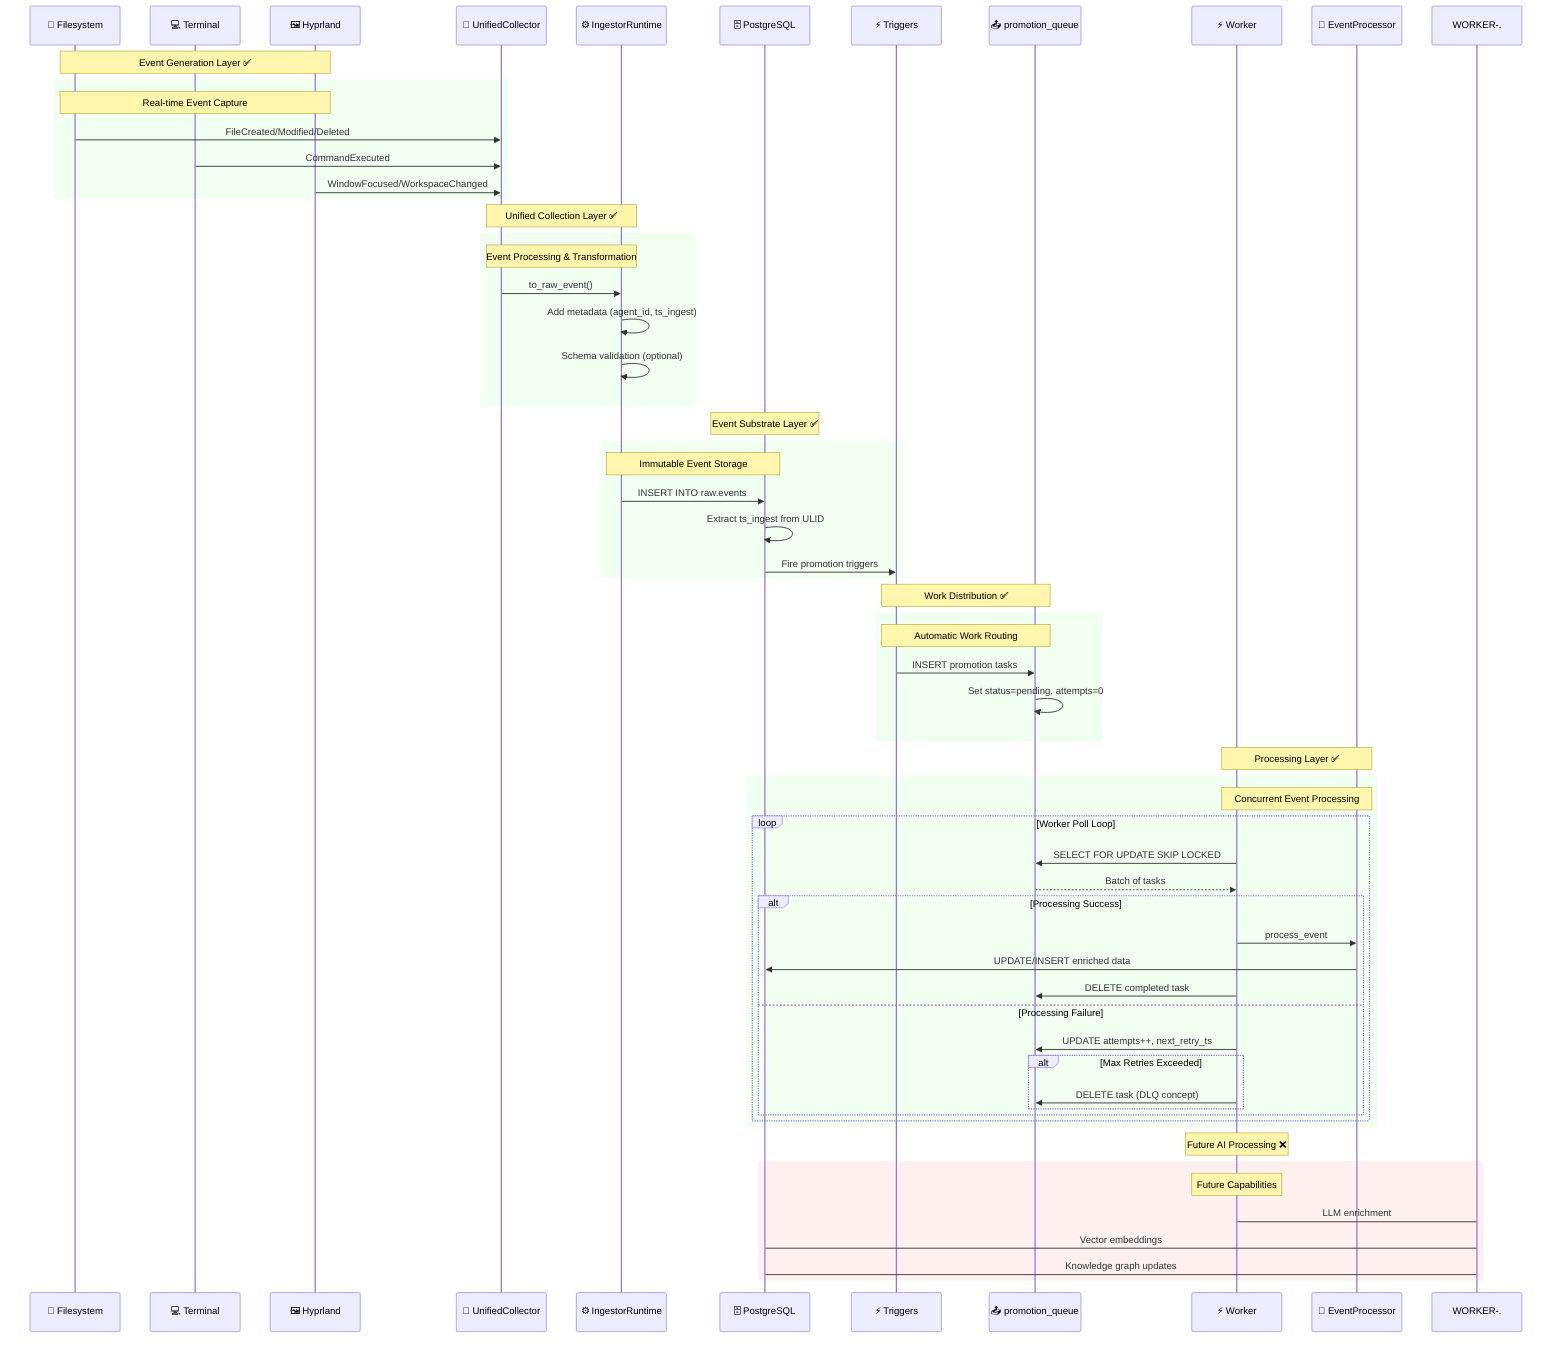
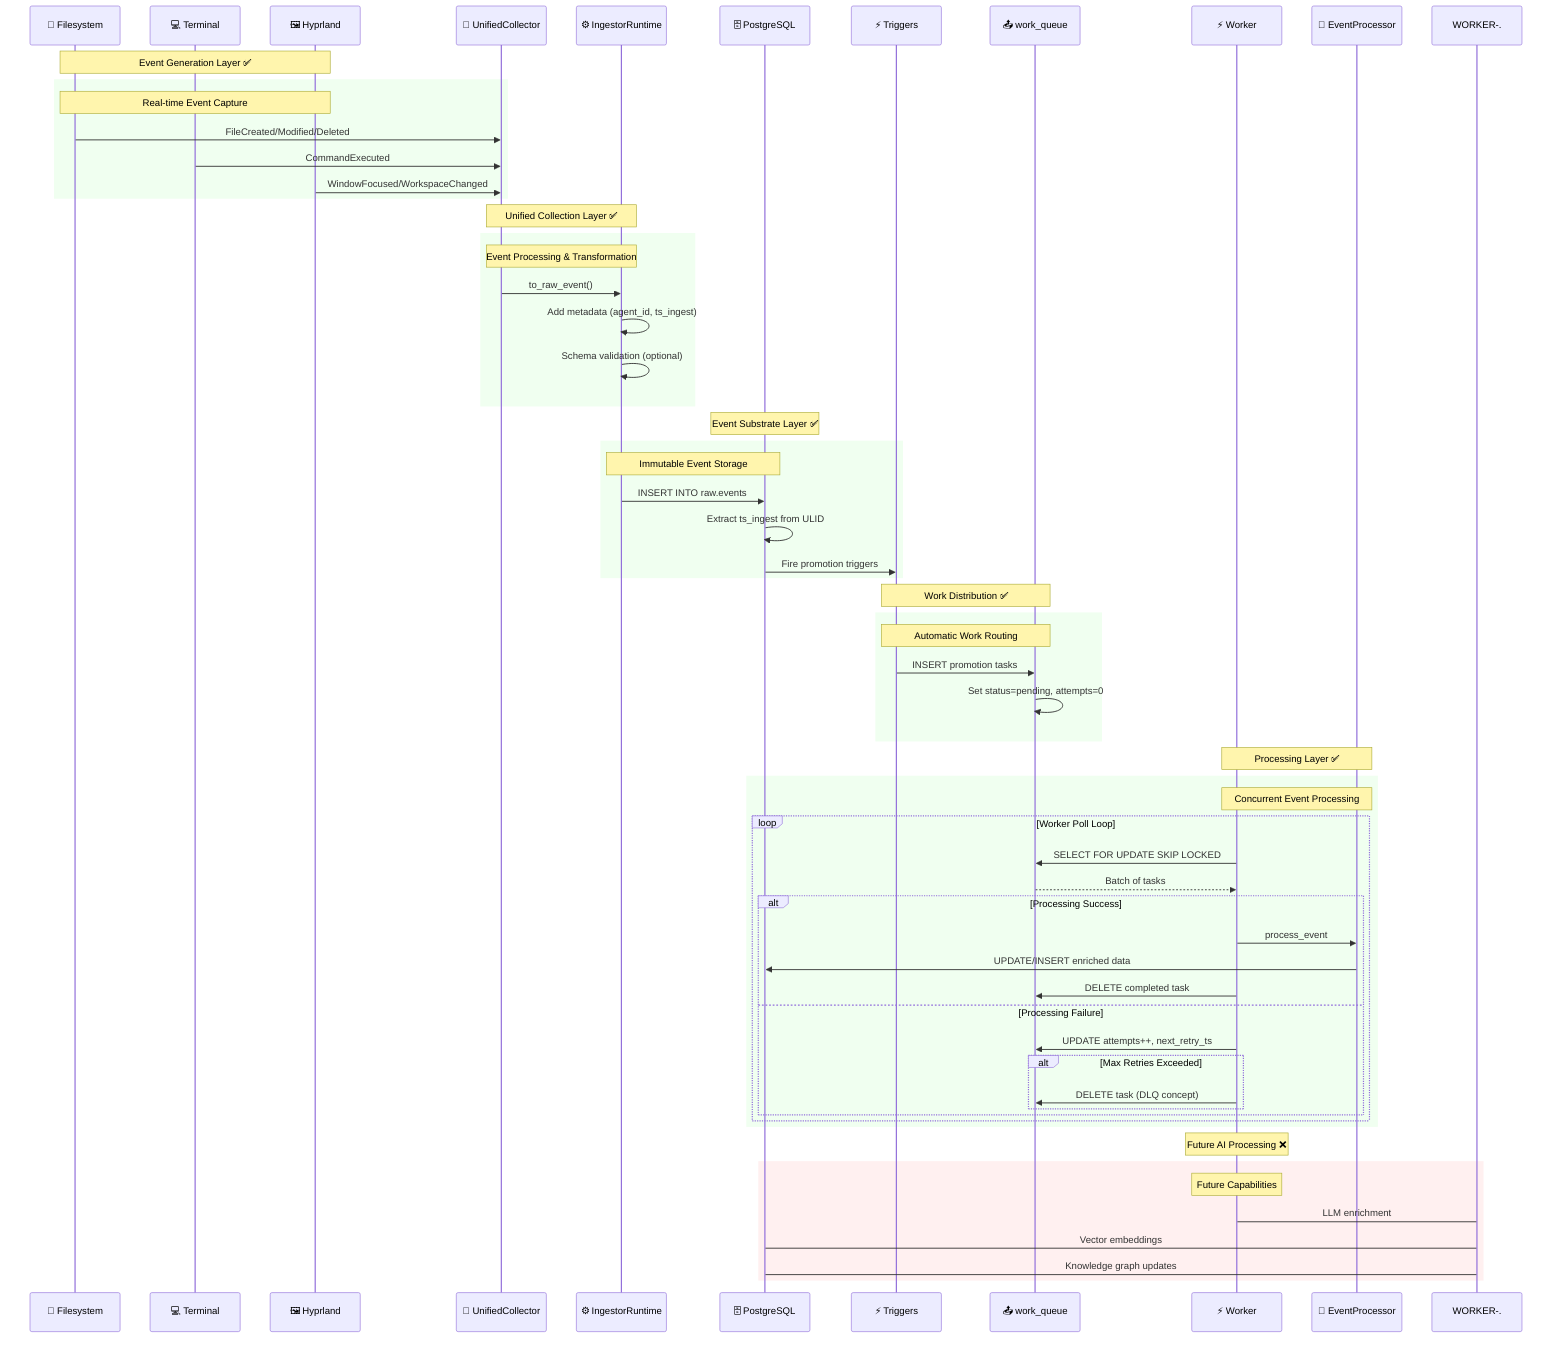
sequenceDiagram
    participant FS as 📁 Filesystem
    participant TERM as 💻 Terminal
    participant WM as 🖼️ Hyprland
    participant UC as 🔄 UnifiedCollector
    participant RT as ⚙️ IngestorRuntime
    participant DB as 🗄️ PostgreSQL
    participant TRG as ⚡ Triggers
-     participant QUEUE as 📤 promotion_queue
+     participant QUEUE as 📤 work_queue
    participant WORKER as ⚡ Worker
    participant PROC as 🎯 EventProcessor

    Note over FS,WM: Event Generation Layer ✅

    rect rgb(240, 255, 240)
        Note over FS,WM: Real-time Event Capture
        FS->>UC: FileCreated/Modified/Deleted
        TERM->>UC: CommandExecuted
        WM->>UC: WindowFocused/WorkspaceChanged
    end

    Note over UC,RT: Unified Collection Layer ✅

    rect rgb(240, 255, 240)
        Note over UC,RT: Event Processing & Transformation
        UC->>RT: to_raw_event()
        RT->>RT: Add metadata (agent_id, ts_ingest)
        RT->>RT: Schema validation (optional)
    end

    Note over DB: Event Substrate Layer ✅

    rect rgb(240, 255, 240)
        Note over RT,DB: Immutable Event Storage
        RT->>DB: INSERT INTO raw.events
        DB->>DB: Extract ts_ingest from ULID
        DB->>TRG: Fire promotion triggers
    end

    Note over TRG,QUEUE: Work Distribution ✅

    rect rgb(240, 255, 240)
        Note over TRG,QUEUE: Automatic Work Routing
        TRG->>QUEUE: INSERT promotion tasks
        QUEUE->>QUEUE: Set status=pending, attempts=0
    end

    Note over WORKER,PROC: Processing Layer ✅

    rect rgb(240, 255, 240)
        Note over WORKER,PROC: Concurrent Event Processing
        loop Worker Poll Loop
            WORKER->>QUEUE: SELECT FOR UPDATE SKIP LOCKED
            QUEUE-->>WORKER: Batch of tasks

            alt Processing Success
                WORKER->>PROC: process_event
                PROC->>DB: UPDATE/INSERT enriched data
                WORKER->>QUEUE: DELETE completed task
            else Processing Failure
                WORKER->>QUEUE: UPDATE attempts++, next_retry_ts
                alt Max Retries Exceeded
                    WORKER->>QUEUE: DELETE task (DLQ concept)
                end
            end
        end
    end

    Note over WORKER: Future AI Processing ❌

    rect rgb(255, 240, 240)
        Note over WORKER: Future Capabilities
        WORKER-.->WORKER: LLM enrichment
        WORKER-.->DB: Vector embeddings
        WORKER-.->DB: Knowledge graph updates
    end